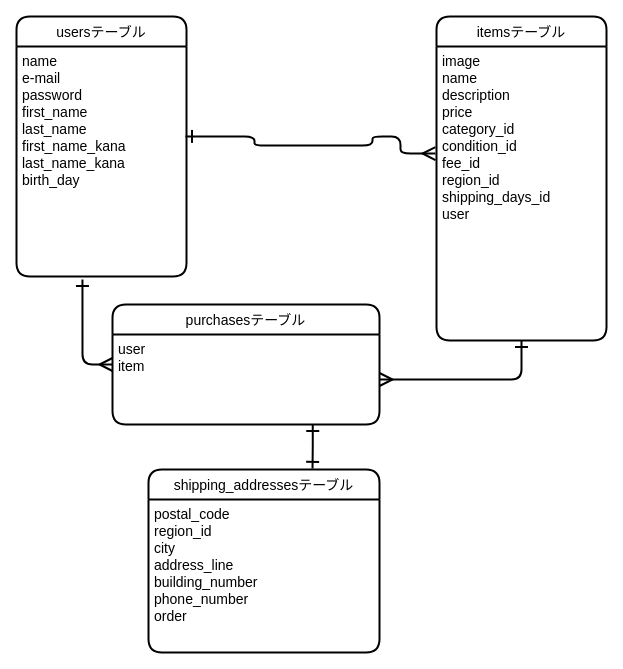
Above: EX.dio in kato-arch/furima-32122 (draw.io), before the change. Source tidied: cells renumbered, new cells numbered last; positions are measured from the earlier drawing's top-left corner, leaving out a move shared by most shapes. Both pictures are drawn from the tidied source at 100%, with x=0, y=0 at pixel (16, 16).
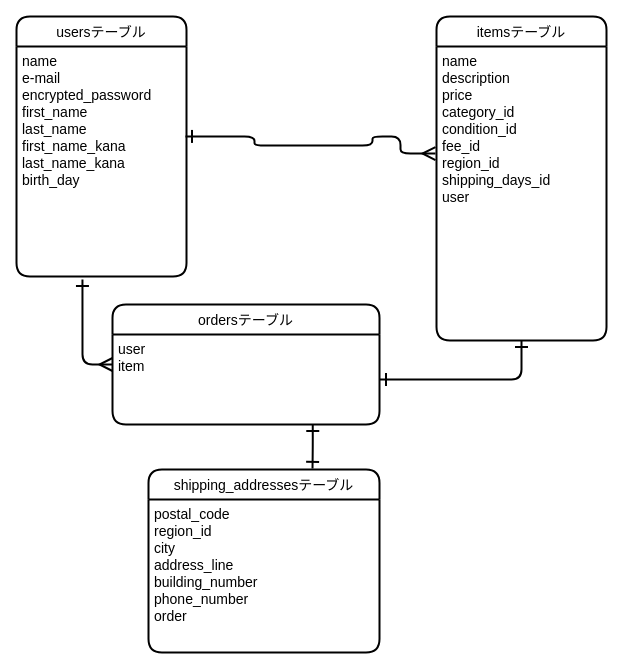
Above is the later version.

Diff of the diagram source:
```diff
@@
 <mxGraphModel>
   <root>
     <mxCell id="0" />
     <mxCell id="1" parent="0" />
     <mxCell id="2" value="usersテーブル" style="swimlane;horizontal=1;startSize=30;rounded=1;fontSize=14;fontStyle=0;strokeWidth=2;shadow=0;dashed=0;align=center;" parent="1" vertex="1">
       <mxGeometry width="170" height="260" as="geometry" />
     </mxCell>
-    <mxCell id="3" value="name&#10;e-mail&#10;password&#10;first_name&#10;last_name&#10;first_name_kana&#10;last_name_kana&#10;birth_day" style="align=left;strokeColor=none;fillColor=none;spacingLeft=4;fontSize=14;verticalAlign=top;" parent="2" vertex="1">
+    <mxCell id="3" value="name&#10;e-mail&#10;encrypted_password&#10;first_name&#10;last_name&#10;first_name_kana&#10;last_name_kana&#10;birth_day" style="align=left;strokeColor=none;fillColor=none;spacingLeft=4;fontSize=14;verticalAlign=top;" parent="2" vertex="1">
       <mxGeometry y="30" width="170" height="230" as="geometry" />
     </mxCell>
     <mxCell id="4" value="itemsテーブル" style="swimlane;horizontal=1;startSize=30;rounded=1;fontSize=14;fontStyle=0;strokeWidth=2;shadow=0;dashed=0;align=center;" parent="1" vertex="1">
       <mxGeometry x="420" width="170" height="324" as="geometry" />
     </mxCell>
-    <mxCell id="5" value="image&#10;name&#10;description&#10;price&#10;category_id&#10;condition_id&#10;fee_id&#10;region_id&#10;shipping_days_id&#10;user&#10;" style="align=left;strokeColor=none;fillColor=none;spacingLeft=4;fontSize=14;verticalAlign=top;" parent="4" vertex="1">
+    <mxCell id="5" value="name&#10;description&#10;price&#10;category_id&#10;condition_id&#10;fee_id&#10;region_id&#10;shipping_days_id&#10;user&#10;" style="align=left;strokeColor=none;fillColor=none;spacingLeft=4;fontSize=14;verticalAlign=top;" parent="4" vertex="1">
       <mxGeometry y="30" width="170" height="294" as="geometry" />
     </mxCell>
-    <mxCell id="6" value="purchasesテーブル" style="swimlane;horizontal=1;startSize=30;rounded=1;fontSize=14;fontStyle=0;strokeWidth=2;shadow=0;dashed=0;align=center;" parent="1" vertex="1">
+    <mxCell id="6" value="ordersテーブル" style="swimlane;horizontal=1;startSize=30;rounded=1;fontSize=14;fontStyle=0;strokeWidth=2;shadow=0;dashed=0;align=center;" parent="1" vertex="1">
       <mxGeometry x="96" y="288" width="267" height="120" as="geometry" />
     </mxCell>
     <mxCell id="7" value="user&#10;item" style="align=left;strokeColor=none;fillColor=none;spacingLeft=4;fontSize=14;verticalAlign=top;" parent="6" vertex="1">
       <mxGeometry y="30" width="267" height="90" as="geometry" />
     </mxCell>
     <mxCell id="8" value="shipping_addressesテーブル" style="swimlane;horizontal=1;startSize=30;rounded=1;fontSize=14;fontStyle=0;strokeWidth=2;shadow=0;dashed=0;align=center;" parent="1" vertex="1">
       <mxGeometry x="132" y="453" width="231" height="183" as="geometry" />
     </mxCell>
     <mxCell id="9" value="postal_code&#10;region_id&#10;city&#10;address_line&#10;building_number&#10;phone_number&#10;order&#10;&#10;&#10;&#10;&#10;&#10;&#10;" style="align=left;strokeColor=none;fillColor=none;spacingLeft=4;fontSize=14;verticalAlign=top;" parent="8" vertex="1">
       <mxGeometry y="30" width="231" height="153" as="geometry" />
     </mxCell>
     <mxCell id="10" style="edgeStyle=orthogonalEdgeStyle;rounded=1;jettySize=auto;html=1;endArrow=ERmany;endFill=0;startArrow=ERone;startFill=0;entryX=-0.006;entryY=0.364;entryDx=0;entryDy=0;strokeWidth=2;endSize=10;startSize=10;exitX=0.994;exitY=0.391;exitDx=0;exitDy=0;entryPerimeter=0;exitPerimeter=0;" parent="1" edge="1" source="3" target="5">
       <mxGeometry relative="1" as="geometry">
         <Array as="points">
           <mxPoint x="238" y="120" />
           <mxPoint x="238" y="129" />
           <mxPoint x="356" y="129" />
           <mxPoint x="356" y="120" />
           <mxPoint x="384" y="120" />
           <mxPoint x="384" y="137" />
         </Array>
       </mxGeometry>
     </mxCell>
     <mxCell id="11" style="edgeStyle=orthogonalEdgeStyle;rounded=1;jettySize=auto;html=1;exitX=0.75;exitY=1;exitDx=0;exitDy=0;entryX=0.71;entryY=-0.006;entryDx=0;entryDy=0;entryPerimeter=0;startArrow=ERone;startFill=0;endArrow=ERone;endFill=0;strokeWidth=2;endSize=10;startSize=10;" parent="1" edge="1" source="7" target="8">
       <mxGeometry relative="1" as="geometry" />
     </mxCell>
     <mxCell id="12" style="edgeStyle=orthogonalEdgeStyle;rounded=1;jettySize=auto;html=1;exitX=0.388;exitY=1.013;exitDx=0;exitDy=0;entryX=0;entryY=0.5;entryDx=0;entryDy=0;startArrow=ERone;startFill=0;startSize=10;endArrow=ERmany;endFill=0;endSize=10;strokeWidth=2;exitPerimeter=0;" parent="1" edge="1" source="3" target="6">
       <mxGeometry relative="1" as="geometry" />
     </mxCell>
-    <mxCell id="13" style="edgeStyle=orthogonalEdgeStyle;rounded=1;jumpSize=3;jettySize=auto;html=1;exitX=0.5;exitY=1;exitDx=0;exitDy=0;startArrow=ERone;startFill=0;startSize=10;endArrow=ERmany;endFill=0;endSize=10;strokeWidth=2;entryX=1;entryY=0.5;entryDx=0;entryDy=0;" parent="1" edge="1" source="5" target="7">
+    <mxCell id="13" style="edgeStyle=orthogonalEdgeStyle;rounded=1;jumpSize=3;jettySize=auto;html=1;exitX=0.5;exitY=1;exitDx=0;exitDy=0;startArrow=ERone;startFill=0;startSize=10;endArrow=ERone;endFill=0;endSize=10;strokeWidth=2;entryX=1;entryY=0.5;entryDx=0;entryDy=0;" parent="1" edge="1" source="5" target="7">
       <mxGeometry relative="1" as="geometry" />
     </mxCell>
   </root>
 </mxGraphModel>
```
